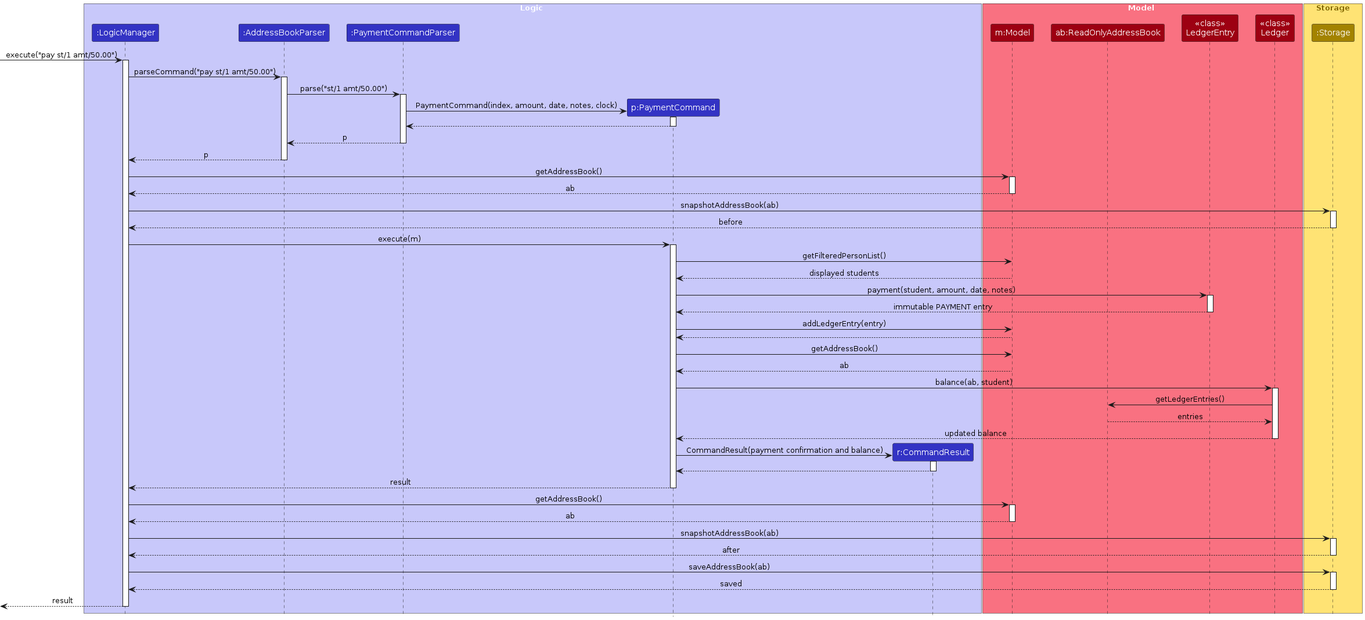
Earlier version of the PlantUML export diagrams/PaymentSequenceDiagram.png (AY2627S1-CS2103T-F15-1/tp). Its source is kept beside it as diagrams/PaymentSequenceDiagram.puml.
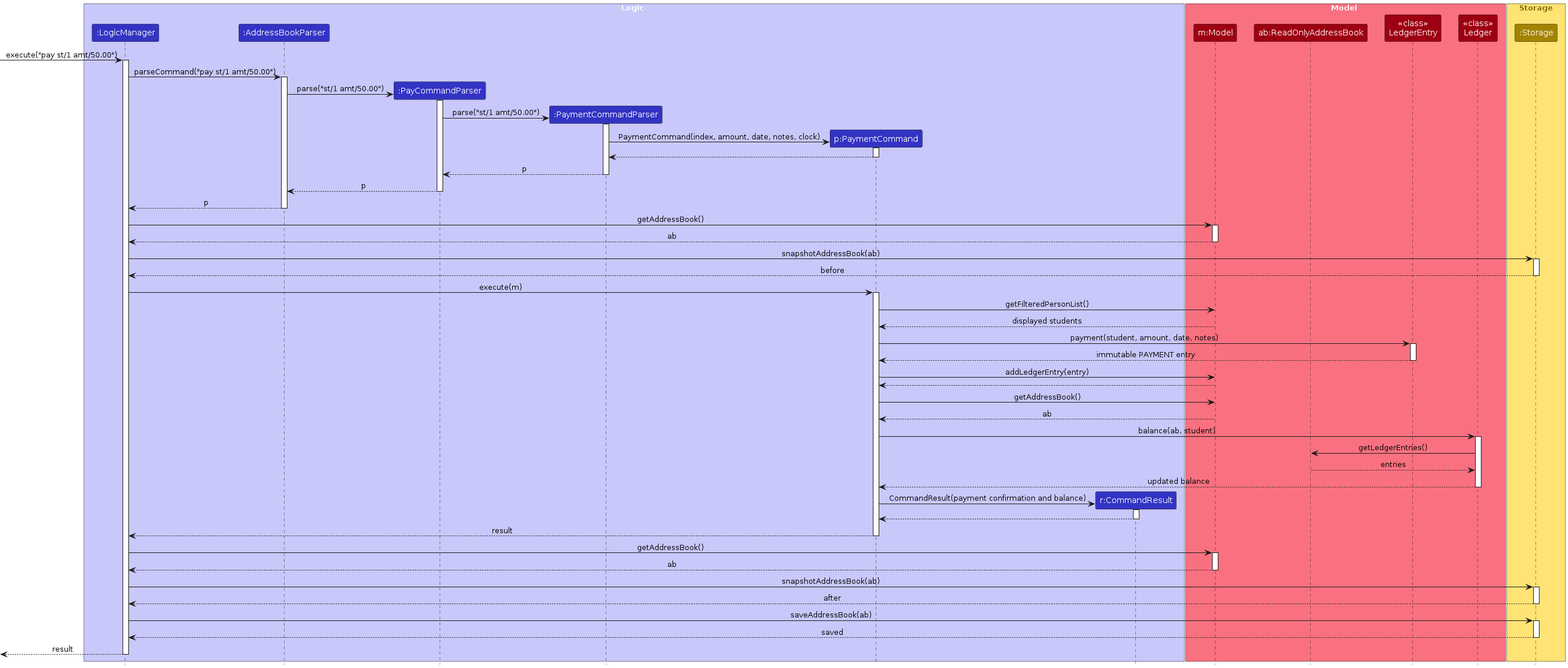
After the commit.

Diff of the diagram source:
```diff
@@ -5,6 +5,7 @@
 box Logic LOGIC_COLOR_T1
 participant ":LogicManager" as LogicManager LOGIC_COLOR
 participant ":AddressBookParser" as AddressBookParser LOGIC_COLOR
+participant ":PayCommandParser" as PayCommandParser LOGIC_COLOR
 participant ":PaymentCommandParser" as PaymentCommandParser LOGIC_COLOR
 participant "p:PaymentCommand" as PaymentCommand LOGIC_COLOR
 participant "r:CommandResult" as CommandResult LOGIC_COLOR
@@ -25,15 +26,21 @@
 activate LogicManager
 LogicManager -> AddressBookParser : parseCommand("pay st/1 amt/50.00")
 activate AddressBookParser
-AddressBookParser -> PaymentCommandParser : parse("st/1 amt/50.00")
+create PayCommandParser
+AddressBookParser -> PayCommandParser : parse("st/1 amt/50.00")
+activate PayCommandParser
+create PaymentCommandParser
+PayCommandParser -> PaymentCommandParser : parse("st/1 amt/50.00")
 activate PaymentCommandParser
 create PaymentCommand
 PaymentCommandParser -> PaymentCommand : PaymentCommand(index, amount, date, notes, clock)
 activate PaymentCommand
 PaymentCommand --> PaymentCommandParser
 deactivate PaymentCommand
-PaymentCommandParser --> AddressBookParser : p
+PaymentCommandParser --> PayCommandParser : p
 deactivate PaymentCommandParser
+PayCommandParser --> AddressBookParser : p
+deactivate PayCommandParser
 AddressBookParser --> LogicManager : p
 deactivate AddressBookParser
 
```
